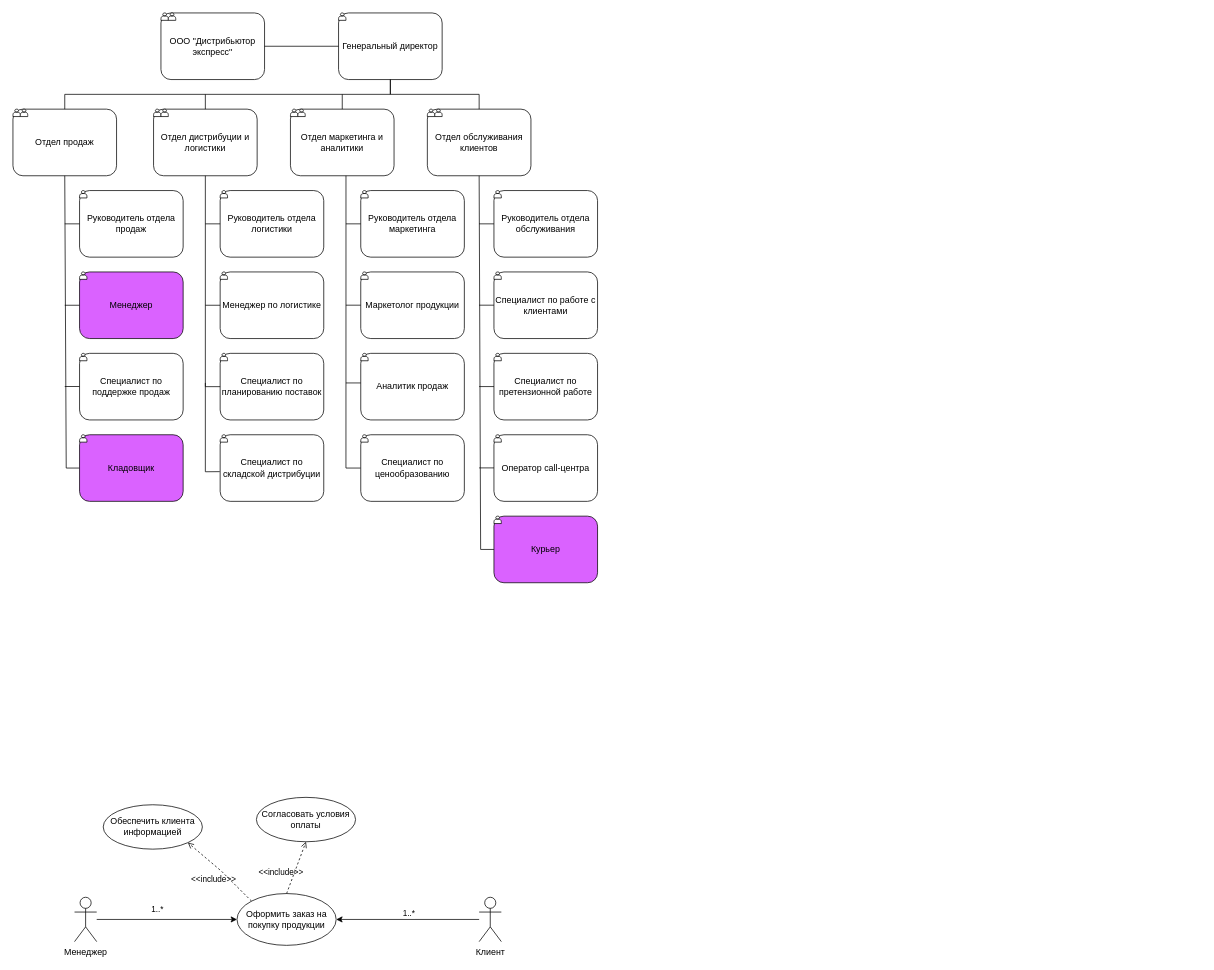
Before: ОРПС_3.drawio in mopsin666/AKMS, a draw.io diagram. Source tidied: cells renumbered, new cells numbered last; positions are measured from the earlier drawing's top-left corner, leaving out a move shared by most shapes. Both pictures are drawn from the tidied source at 74%, with x=0, y=0 at pixel (13, 13).
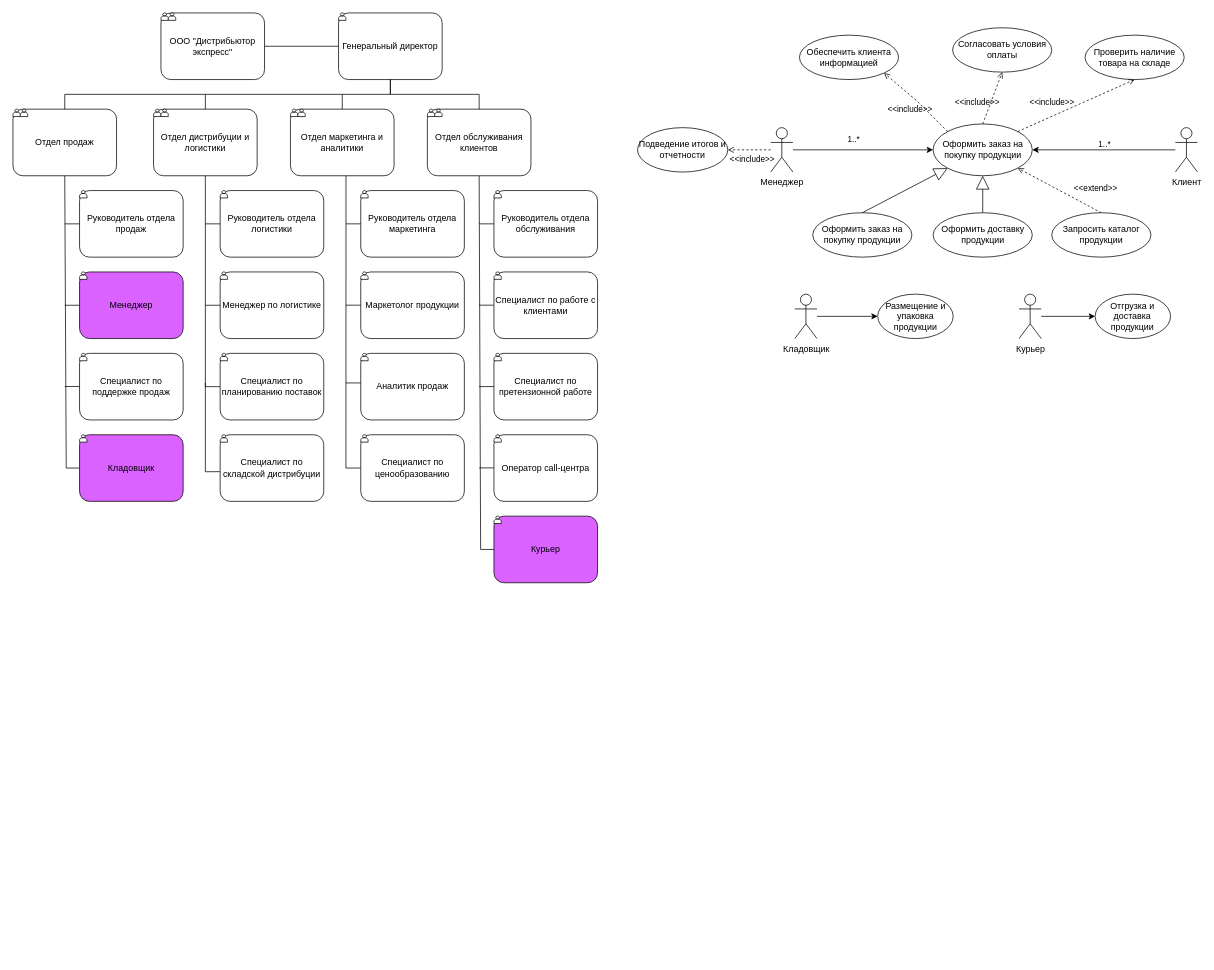
Above is the later version.

The edit, as a diff of the source:
```diff
@@
     <mxCell id="78" value="Менеджер" style="shape=umlActor;verticalLabelPosition=bottom;verticalAlign=top;html=1;outlineConnect=0;" parent="1" vertex="1">
-      <mxGeometry x="83.2" y="1195" width="30" height="60" as="geometry" />
+      <mxGeometry x="1024" y="155" width="30" height="60" as="geometry" />
     </mxCell>
@@
     <mxCell id="80" value="Клиент" style="shape=umlActor;verticalLabelPosition=bottom;verticalAlign=top;html=1;outlineConnect=0;" parent="1" vertex="1">
-      <mxGeometry x="630" y="1195" width="30" height="60" as="geometry" />
+      <mxGeometry x="1570.8" y="155" width="30" height="60" as="geometry" />
     </mxCell>
     <mxCell id="81" value="Оформить заказ на покупку продукции" style="ellipse;whiteSpace=wrap;html=1;" parent="1" vertex="1">
-      <mxGeometry x="302.8" y="1190" width="134" height="70" as="geometry" />
+      <mxGeometry x="1243.5" y="150" width="134" height="70" as="geometry" />
     </mxCell>
     <mxCell id="82" value="Обеспечить клиента информацией" style="ellipse;whiteSpace=wrap;html=1;" parent="1" vertex="1">
-      <mxGeometry x="122" y="1070" width="134" height="60" as="geometry" />
+      <mxGeometry x="1062.8" y="30" width="134" height="60" as="geometry" />
     </mxCell>
     <mxCell id="83" value="&amp;lt;&amp;lt;include&amp;gt;&amp;gt;" style="html=1;verticalAlign=bottom;labelBackgroundColor=none;endArrow=open;endFill=0;dashed=1;rounded=0;exitX=0;exitY=0;exitDx=0;exitDy=0;entryX=1;entryY=1;entryDx=0;entryDy=0;" parent="1" edge="1" source="81" target="82">
       <mxGeometry x="-0.13" y="21" relative="1" as="geometry">
         <Array as="points">
-          <mxPoint x="282" y="1160" />
+          <mxPoint x="1222.8" y="120" />
         </Array>
         <mxPoint y="1" as="offset" />
       </mxGeometry>
     </mxCell>
     <mxCell id="84" value="Согласовать условия оплаты" style="ellipse;whiteSpace=wrap;html=1;" parent="1" vertex="1">
-      <mxGeometry x="329" y="1060" width="134" height="60" as="geometry" />
+      <mxGeometry x="1269.8" y="20" width="134" height="60" as="geometry" />
     </mxCell>
@@
     <mxCell id="86" value="1..*" style="edgeLabel;html=1;align=center;verticalAlign=middle;" parent="1" vertex="1">
-      <mxGeometry x="182" y="1210" as="geometry">
+      <mxGeometry x="1122.8" y="170" as="geometry">
         <mxPoint x="352" y="6" as="offset" />
       </mxGeometry>
     </mxCell>
+    <mxCell id="87" value="&amp;lt;&amp;lt;include&amp;gt;&amp;gt;" style="html=1;verticalAlign=bottom;labelBackgroundColor=none;endArrow=open;endFill=0;dashed=1;rounded=0;exitX=1;exitY=0;exitDx=0;exitDy=0;entryX=0.5;entryY=1;entryDx=0;entryDy=0;" parent="1" edge="1" source="81" target="88">
+      <mxGeometry x="-0.38" y="9" relative="1" as="geometry" />
+    </mxCell>
+    <mxCell id="88" value="Проверить наличие товара на складе" style="ellipse;whiteSpace=wrap;html=1;" parent="1" vertex="1">
+      <mxGeometry x="1448.8" y="30" width="134" height="60" as="geometry" />
+    </mxCell>
+    <mxCell id="89" value="Оформить заказ на покупку продукции" style="ellipse;whiteSpace=wrap;html=1;" parent="1" vertex="1">
+      <mxGeometry x="1080.8" y="270" width="134" height="60" as="geometry" />
+    </mxCell>
+    <mxCell id="90" style="endArrow=block;endSize=16;endFill=0;html=1;rounded=0;exitX=0.5;exitY=0;exitDx=0;exitDy=0;entryX=0;entryY=1;entryDx=0;entryDy=0;" parent="1" edge="1" source="89" target="81">
+      <mxGeometry x="0.53" y="80" relative="1" as="geometry" />
+    </mxCell>
+    <mxCell id="91" value="&amp;lt;&amp;lt;extend&amp;gt;&amp;gt;" style="html=1;verticalAlign=bottom;labelBackgroundColor=none;endArrow=open;endFill=0;dashed=1;rounded=0;exitX=0.5;exitY=0;exitDx=0;exitDy=0;entryX=1;entryY=1;entryDx=0;entryDy=0;" parent="1" edge="1" source="92" target="81">
+      <mxGeometry x="-0.72" y="-18" relative="1" as="geometry" />
+    </mxCell>
+    <mxCell id="92" value="Запросить каталог продукции" style="ellipse;whiteSpace=wrap;html=1;" parent="1" vertex="1">
+      <mxGeometry x="1403.8" y="270" width="134" height="60" as="geometry" />
+    </mxCell>
+    <mxCell id="93" style="endArrow=block;endSize=16;endFill=0;html=1;rounded=0;exitX=0.5;exitY=0;exitDx=0;exitDy=0;entryX=0.5;entryY=1;entryDx=0;entryDy=0;" parent="1" edge="1" source="94" target="81">
+      <mxGeometry x="0.53" y="80" relative="1" as="geometry" />
+    </mxCell>
+    <mxCell id="94" value="Оформить доставку продукции" style="ellipse;whiteSpace=wrap;html=1;" parent="1" vertex="1">
+      <mxGeometry x="1243.5" y="270" width="134" height="60" as="geometry" />
+    </mxCell>
+    <mxCell id="95" value="Кладовщик" style="shape=umlActor;verticalLabelPosition=bottom;verticalAlign=top;html=1;outlineConnect=0;" parent="1" vertex="1">
+      <mxGeometry x="1056.6" y="380" width="30" height="60" as="geometry" />
+    </mxCell>
+    <mxCell id="96" value="Размещение и упаковка продукции" style="ellipse;whiteSpace=wrap;html=1;" parent="1" vertex="1">
+      <mxGeometry x="1168.6" y="380" width="102" height="60" as="geometry" />
+    </mxCell>
+    <mxCell id="97" style="endArrow=classic;html=1;rounded=0;entryX=0;entryY=0.5;entryDx=0;entryDy=0;" parent="1" edge="1" source="95" target="96">
+      <mxGeometry relative="1" as="geometry" />
+    </mxCell>
+    <mxCell id="98" value="Курьер" style="shape=umlActor;verticalLabelPosition=bottom;verticalAlign=top;html=1;outlineConnect=0;" parent="1" vertex="1">
+      <mxGeometry x="1359.6" y="380" width="30" height="60" as="geometry" />
+    </mxCell>
+    <mxCell id="99" value="Отгрузка и доставка продукции" style="ellipse;whiteSpace=wrap;html=1;" parent="1" vertex="1">
+      <mxGeometry x="1462.4" y="380" width="102" height="60" as="geometry" />
+    </mxCell>
+    <mxCell id="100" style="endArrow=classic;html=1;rounded=0;entryX=0;entryY=0.5;entryDx=0;entryDy=0;" parent="1" edge="1" source="98" target="99">
+      <mxGeometry relative="1" as="geometry" />
+    </mxCell>
+    <mxCell id="101" value="Подведение итогов и отчетности" style="ellipse;whiteSpace=wrap;html=1;" parent="1" vertex="1">
+      <mxGeometry x="844" y="155" width="122" height="60" as="geometry" />
+    </mxCell>
+    <mxCell id="102" value="&amp;lt;&amp;lt;include&amp;gt;&amp;gt;" style="html=1;verticalAlign=bottom;labelBackgroundColor=none;endArrow=open;endFill=0;dashed=1;rounded=0;entryX=1;entryY=0.5;entryDx=0;entryDy=0;" parent="1" edge="1" source="78" target="101">
+      <mxGeometry x="-0.13" y="21" relative="1" as="geometry">
+        <mxPoint y="1" as="offset" />
+      </mxGeometry>
+    </mxCell>
```
